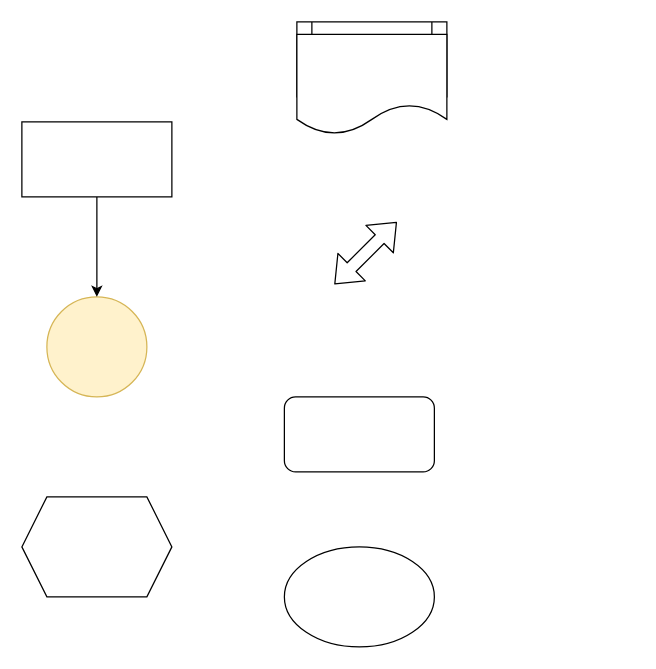
piaojian1993/UML2 keeps this draw.io diagram as piaotest.drawio. Above is the earlier version. Source tidied: cells renumbered, new cells numbered last; positions are measured from the earlier drawing's top-left corner, leaving out a move shared by most shapes. Both pictures are drawn from the tidied source at 125%, with x=0, y=0 at pixel (21, 21).
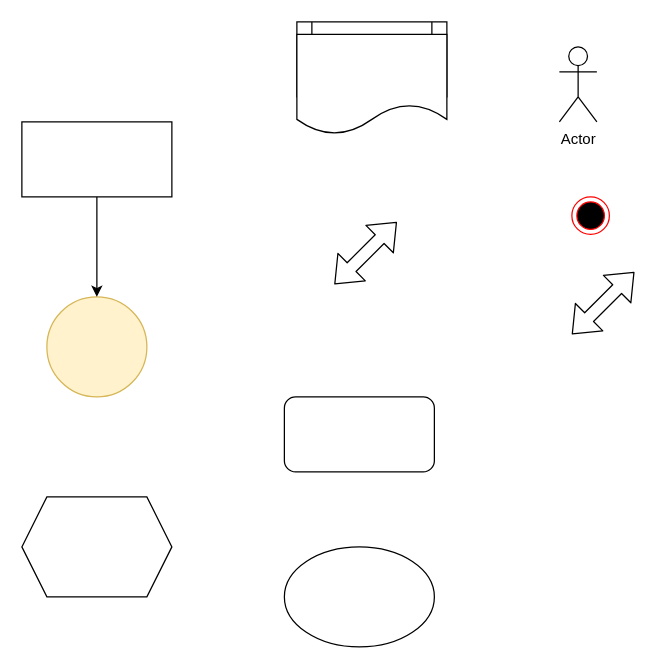
The same page after the edit.

Change to the diagram source:
```diff
@@
 <mxGraphModel>
   <root>
     <mxCell id="0" />
     <mxCell id="1" parent="0" />
     <mxCell id="2" style="rounded=0;whiteSpace=wrap;html=1;" parent="1" vertex="1">
       <mxGeometry y="80" width="120" height="60" as="geometry" />
     </mxCell>
     <mxCell id="3" style="ellipse;whiteSpace=wrap;html=1;fillColor=#fff2cc;strokeColor=#d6b656;" parent="1" vertex="1">
       <mxGeometry x="20" y="220" width="80" height="80" as="geometry" />
     </mxCell>
     <mxCell id="4" style="shape=hexagon;perimeter=hexagonPerimeter2;whiteSpace=wrap;html=1;fixedSize=1;" parent="1" vertex="1">
       <mxGeometry y="380" width="120" height="80" as="geometry" />
     </mxCell>
     <mxCell id="5" style="endArrow=classic;html=1;exitX=0.5;exitY=1;exitDx=0;exitDy=0;entryX=0.5;entryY=0;entryDx=0;entryDy=0;" parent="1" edge="1" source="2" target="3">
       <mxGeometry relative="1" as="geometry" />
     </mxCell>
     <mxCell id="6" style="shape=process;whiteSpace=wrap;html=1;backgroundOutline=1;" parent="1" vertex="1">
       <mxGeometry x="220" width="120" height="60" as="geometry" />
     </mxCell>
     <mxCell id="7" style="rounded=1;whiteSpace=wrap;html=1;" parent="1" vertex="1">
       <mxGeometry x="210" y="300" width="120" height="60" as="geometry" />
     </mxCell>
     <mxCell id="8" style="shape=flexArrow;endArrow=classic;startArrow=classic;html=1;" parent="1" edge="1">
       <mxGeometry relative="1" as="geometry">
         <mxPoint x="250" y="210" as="sourcePoint" />
         <mxPoint x="300" y="160" as="targetPoint" />
       </mxGeometry>
     </mxCell>
     <mxCell id="9" style="ellipse;whiteSpace=wrap;html=1;" parent="1" vertex="1">
       <mxGeometry x="210" y="420" width="120" height="80" as="geometry" />
     </mxCell>
     <mxCell id="10" style="shape=document;whiteSpace=wrap;html=1;boundedLbl=1;" parent="1" vertex="1">
       <mxGeometry x="220" y="10" width="120" height="80" as="geometry" />
     </mxCell>
+    <mxCell id="11" value="Actor" style="shape=umlActor;verticalLabelPosition=bottom;verticalAlign=top;html=1;" parent="1" vertex="1">
+      <mxGeometry x="430" y="20" width="30" height="60" as="geometry" />
+    </mxCell>
+    <mxCell id="12" style="ellipse;html=1;shape=endState;fillColor=#000000;strokeColor=#ff0000;" parent="1" vertex="1">
+      <mxGeometry x="440" y="140" width="30" height="30" as="geometry" />
+    </mxCell>
+    <mxCell id="13" style="shape=flexArrow;endArrow=classic;startArrow=classic;html=1;" parent="1" edge="1">
+      <mxGeometry relative="1" as="geometry">
+        <mxPoint x="440" y="250" as="sourcePoint" />
+        <mxPoint x="490" y="200" as="targetPoint" />
+      </mxGeometry>
+    </mxCell>
   </root>
 </mxGraphModel>
```
